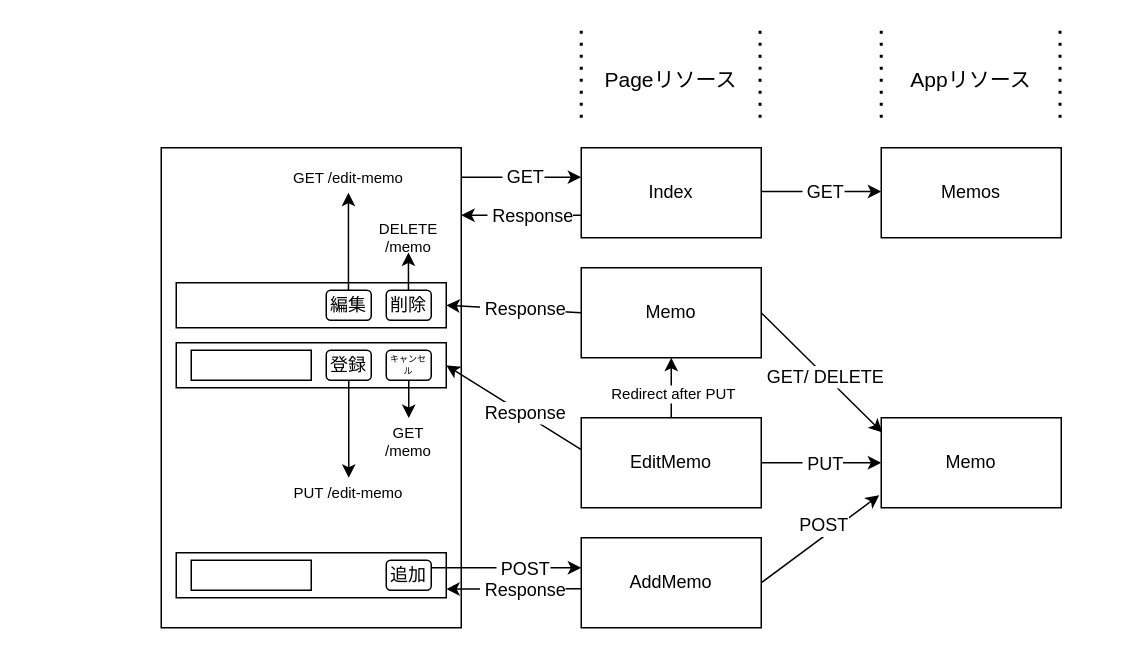
Earlier version of the draw.io diagram advent-memo-chart.drawio (pazworld/drawio). Source tidied: cells renumbered, new cells numbered last; positions are measured from the earlier drawing's top-left corner, leaving out a move shared by most shapes. Both pictures are drawn from the tidied source at 150%, with x=0, y=0 at pixel (160, 27).
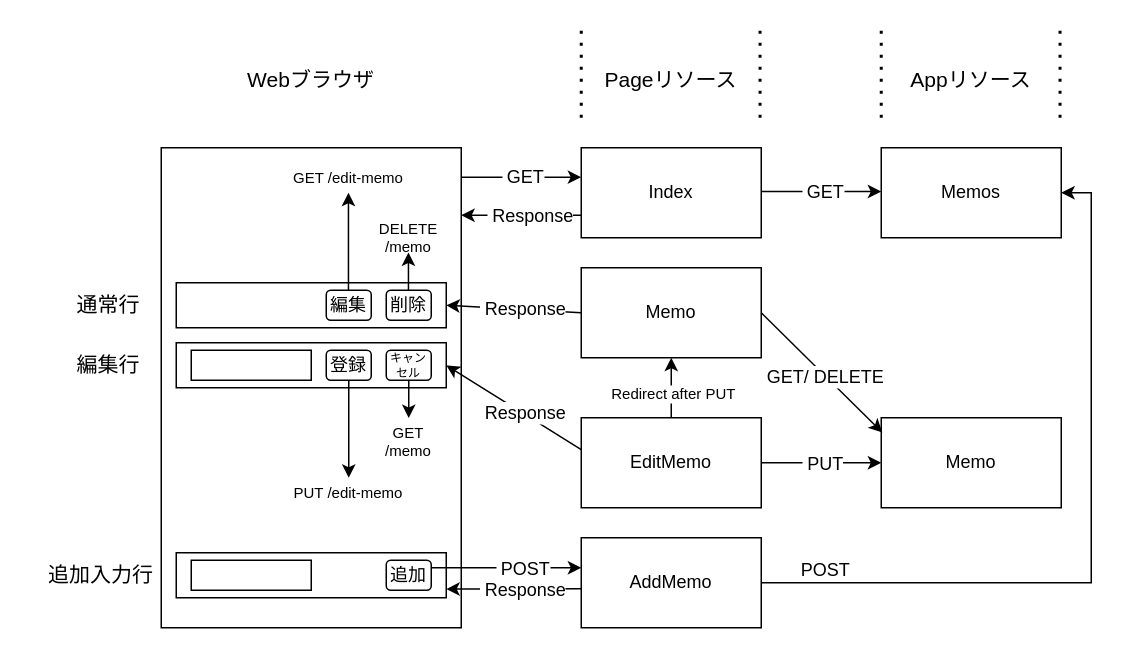
The same diagram, later.

Commit message:
add description and correct arrow

The change refers to these unchanged cells:
```xml
<mxCell id="5" value="AddMemo" style="rounded=0;whiteSpace=wrap;html=1;" parent="1" vertex="1">
  <mxGeometry x="280" y="340" width="120" height="60" as="geometry" />
</mxCell>
<mxCell id="29" value="Memos" style="rounded=0;whiteSpace=wrap;html=1;" parent="1" vertex="1">
  <mxGeometry x="480" y="80" width="120" height="60" as="geometry" />
</mxCell>
<mxCell id="30" value="Memo" style="rounded=0;whiteSpace=wrap;html=1;" parent="1" vertex="1">
  <mxGeometry x="480" y="260" width="120" height="60" as="geometry" />
</mxCell>
```

Diff of the diagram source:
```diff
@@
-    <mxCell id="15" value="キャンセル" style="rounded=1;whiteSpace=wrap;html=1;fontSize=6;" parent="1" vertex="1">
+    <mxCell id="15" value="キャンセル" style="rounded=1;whiteSpace=wrap;html=1;fontSize=8;" parent="1" vertex="1">
       <mxGeometry x="150" y="215" width="30" height="20" as="geometry" />
     </mxCell>
@@
-    <mxCell id="42" style="endArrow=classic;html=1;rounded=0;fontSize=6;exitX=1;exitY=0.5;exitDx=0;exitDy=0;entryX=-0.011;entryY=0.861;entryDx=0;entryDy=0;entryPerimeter=0;" parent="1" edge="1" source="5" target="30">
-      <mxGeometry relative="1" as="geometry" />
+    <mxCell id="42" style="endArrow=classic;html=1;rounded=0;fontSize=6;exitX=1;exitY=0.5;exitDx=0;exitDy=0;entryX=1;entryY=0.5;entryDx=0;entryDy=0;" parent="1" edge="1" source="5" target="29">
+      <mxGeometry relative="1" as="geometry">
+        <Array as="points">
+          <mxPoint x="620" y="370" />
+          <mxPoint x="620" y="110" />
+        </Array>
+      </mxGeometry>
     </mxCell>
     <mxCell id="43" value="&amp;nbsp;POST " style="edgeLabel;html=1;align=center;verticalAlign=middle;fontSize=12;" parent="42" vertex="1">
       <mxGeometry x="0.3" relative="1" as="geometry">
-        <mxPoint x="-12" as="offset" />
+        <mxPoint x="-180" y="96" as="offset" />
       </mxGeometry>
     </mxCell>
@@
+    <mxCell id="54" value="Webブラウザ" style="text;html=1;strokeColor=none;fillColor=none;align=center;verticalAlign=middle;whiteSpace=wrap;rounded=0;fontSize=14;" parent="1" vertex="1">
+      <mxGeometry x="50" y="20" width="100" height="30" as="geometry" />
+    </mxCell>
+    <mxCell id="55" value="通常行" style="text;html=1;strokeColor=none;fillColor=none;align=center;verticalAlign=middle;whiteSpace=wrap;rounded=0;fontSize=14;" parent="1" vertex="1">
+      <mxGeometry x="-70" y="170" width="70" height="30" as="geometry" />
+    </mxCell>
+    <mxCell id="56" value="編集行" style="text;html=1;strokeColor=none;fillColor=none;align=center;verticalAlign=middle;whiteSpace=wrap;rounded=0;fontSize=14;" parent="1" vertex="1">
+      <mxGeometry x="-70" y="210" width="70" height="30" as="geometry" />
+    </mxCell>
+    <mxCell id="57" value="追加入力行" style="text;html=1;strokeColor=none;fillColor=none;align=center;verticalAlign=middle;whiteSpace=wrap;rounded=0;fontSize=14;" parent="1" vertex="1">
+      <mxGeometry x="-90" y="350" width="100" height="30" as="geometry" />
+    </mxCell>
```
